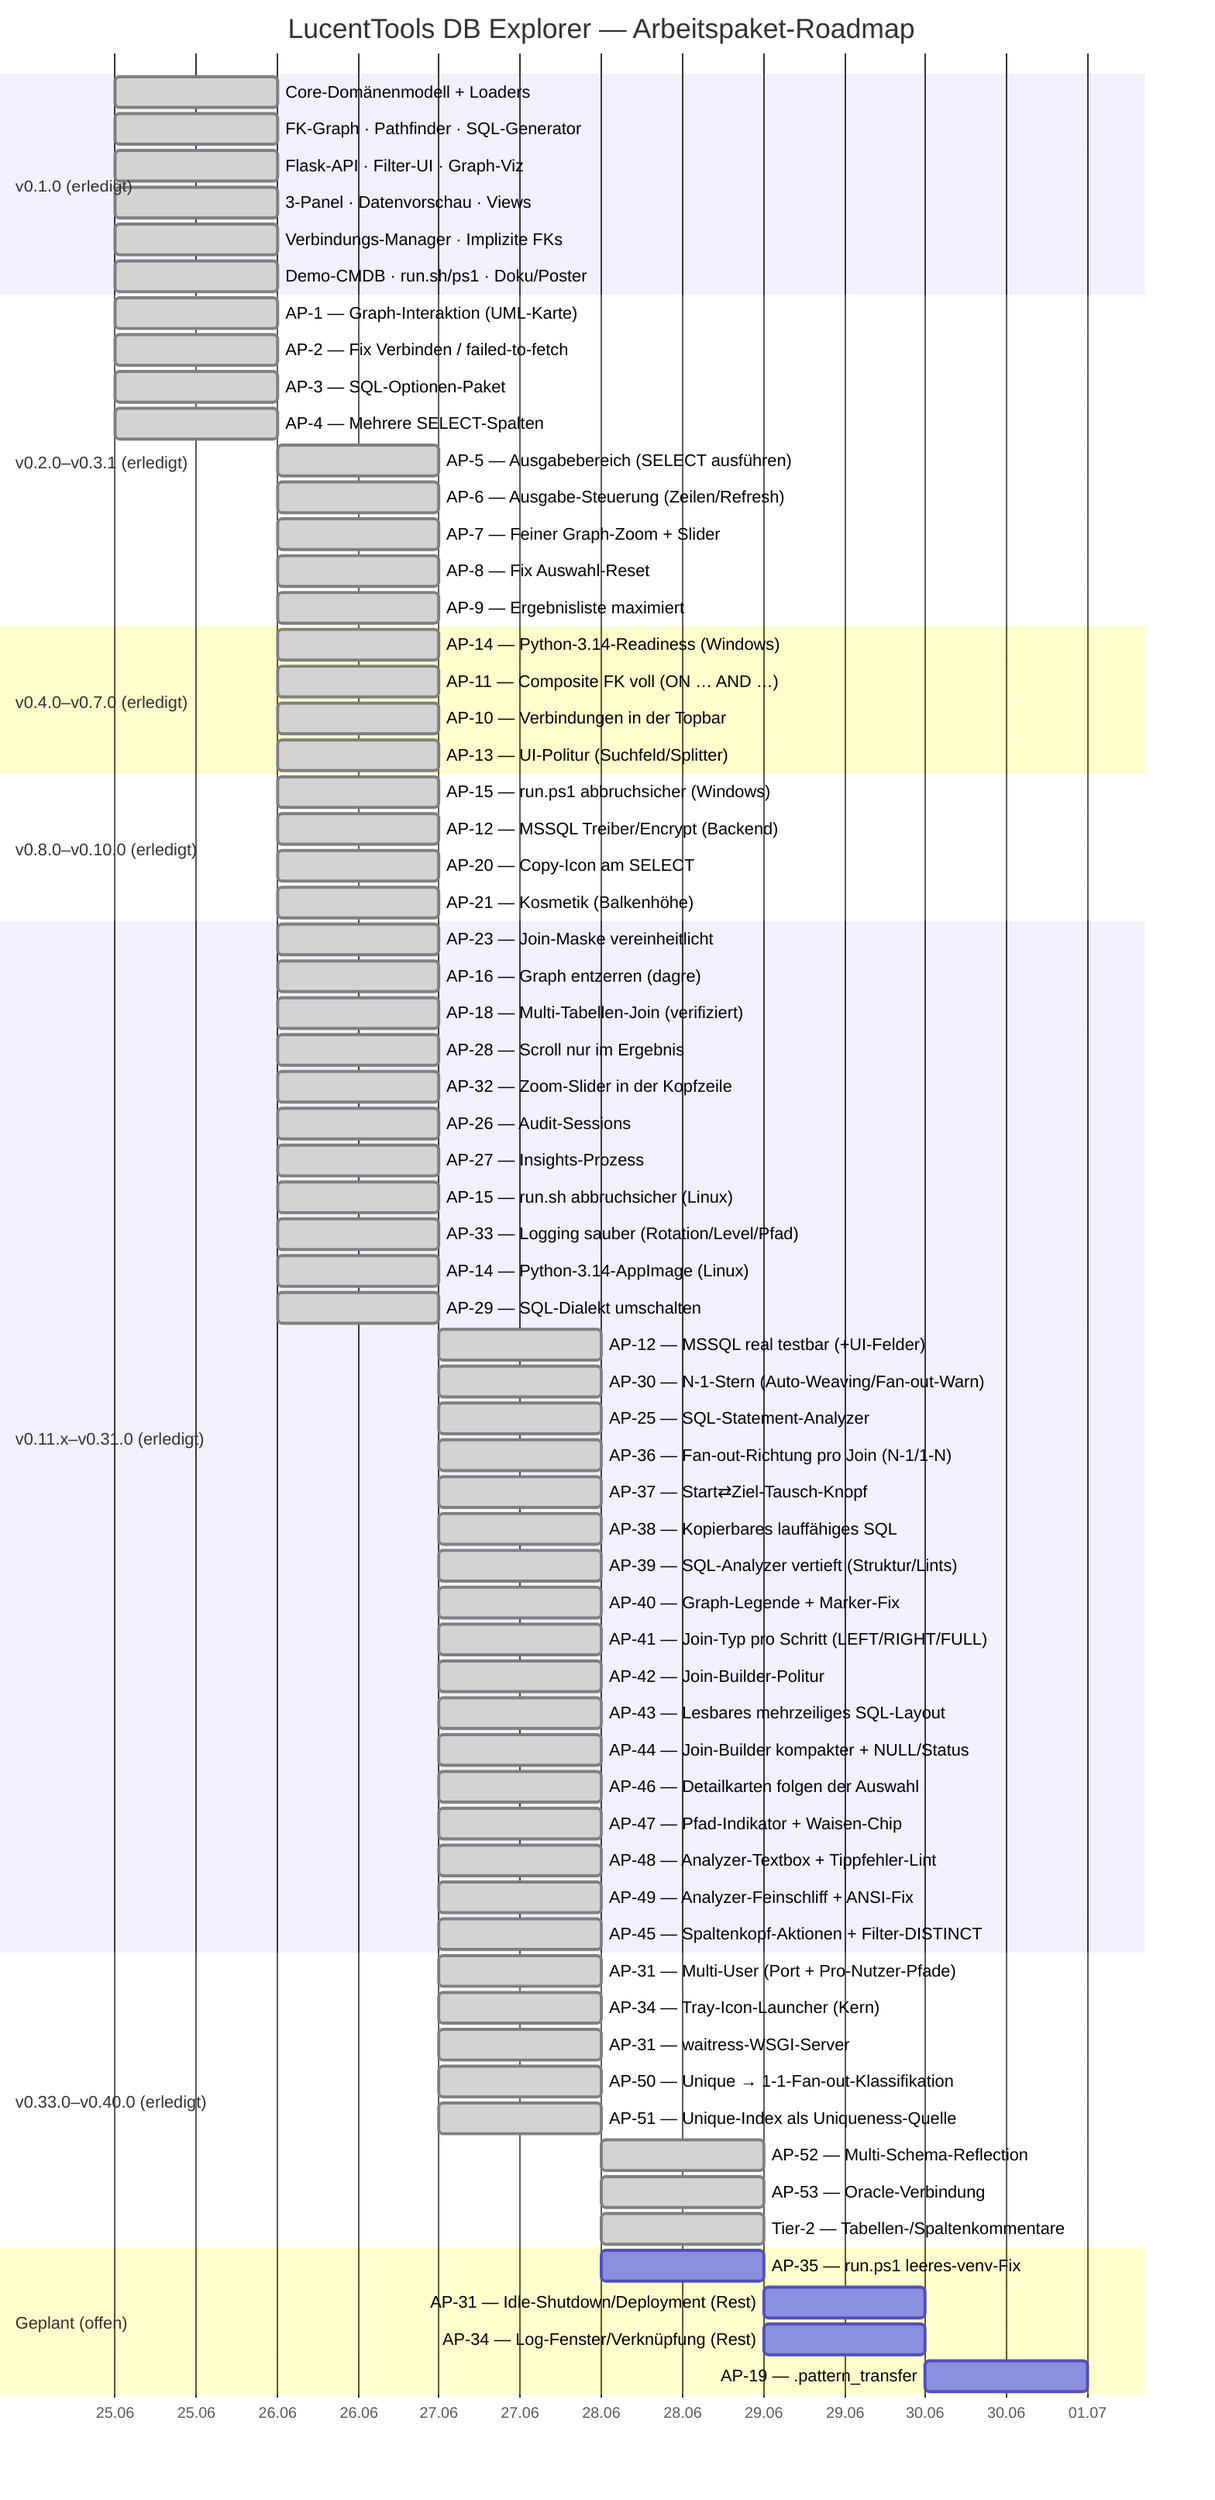
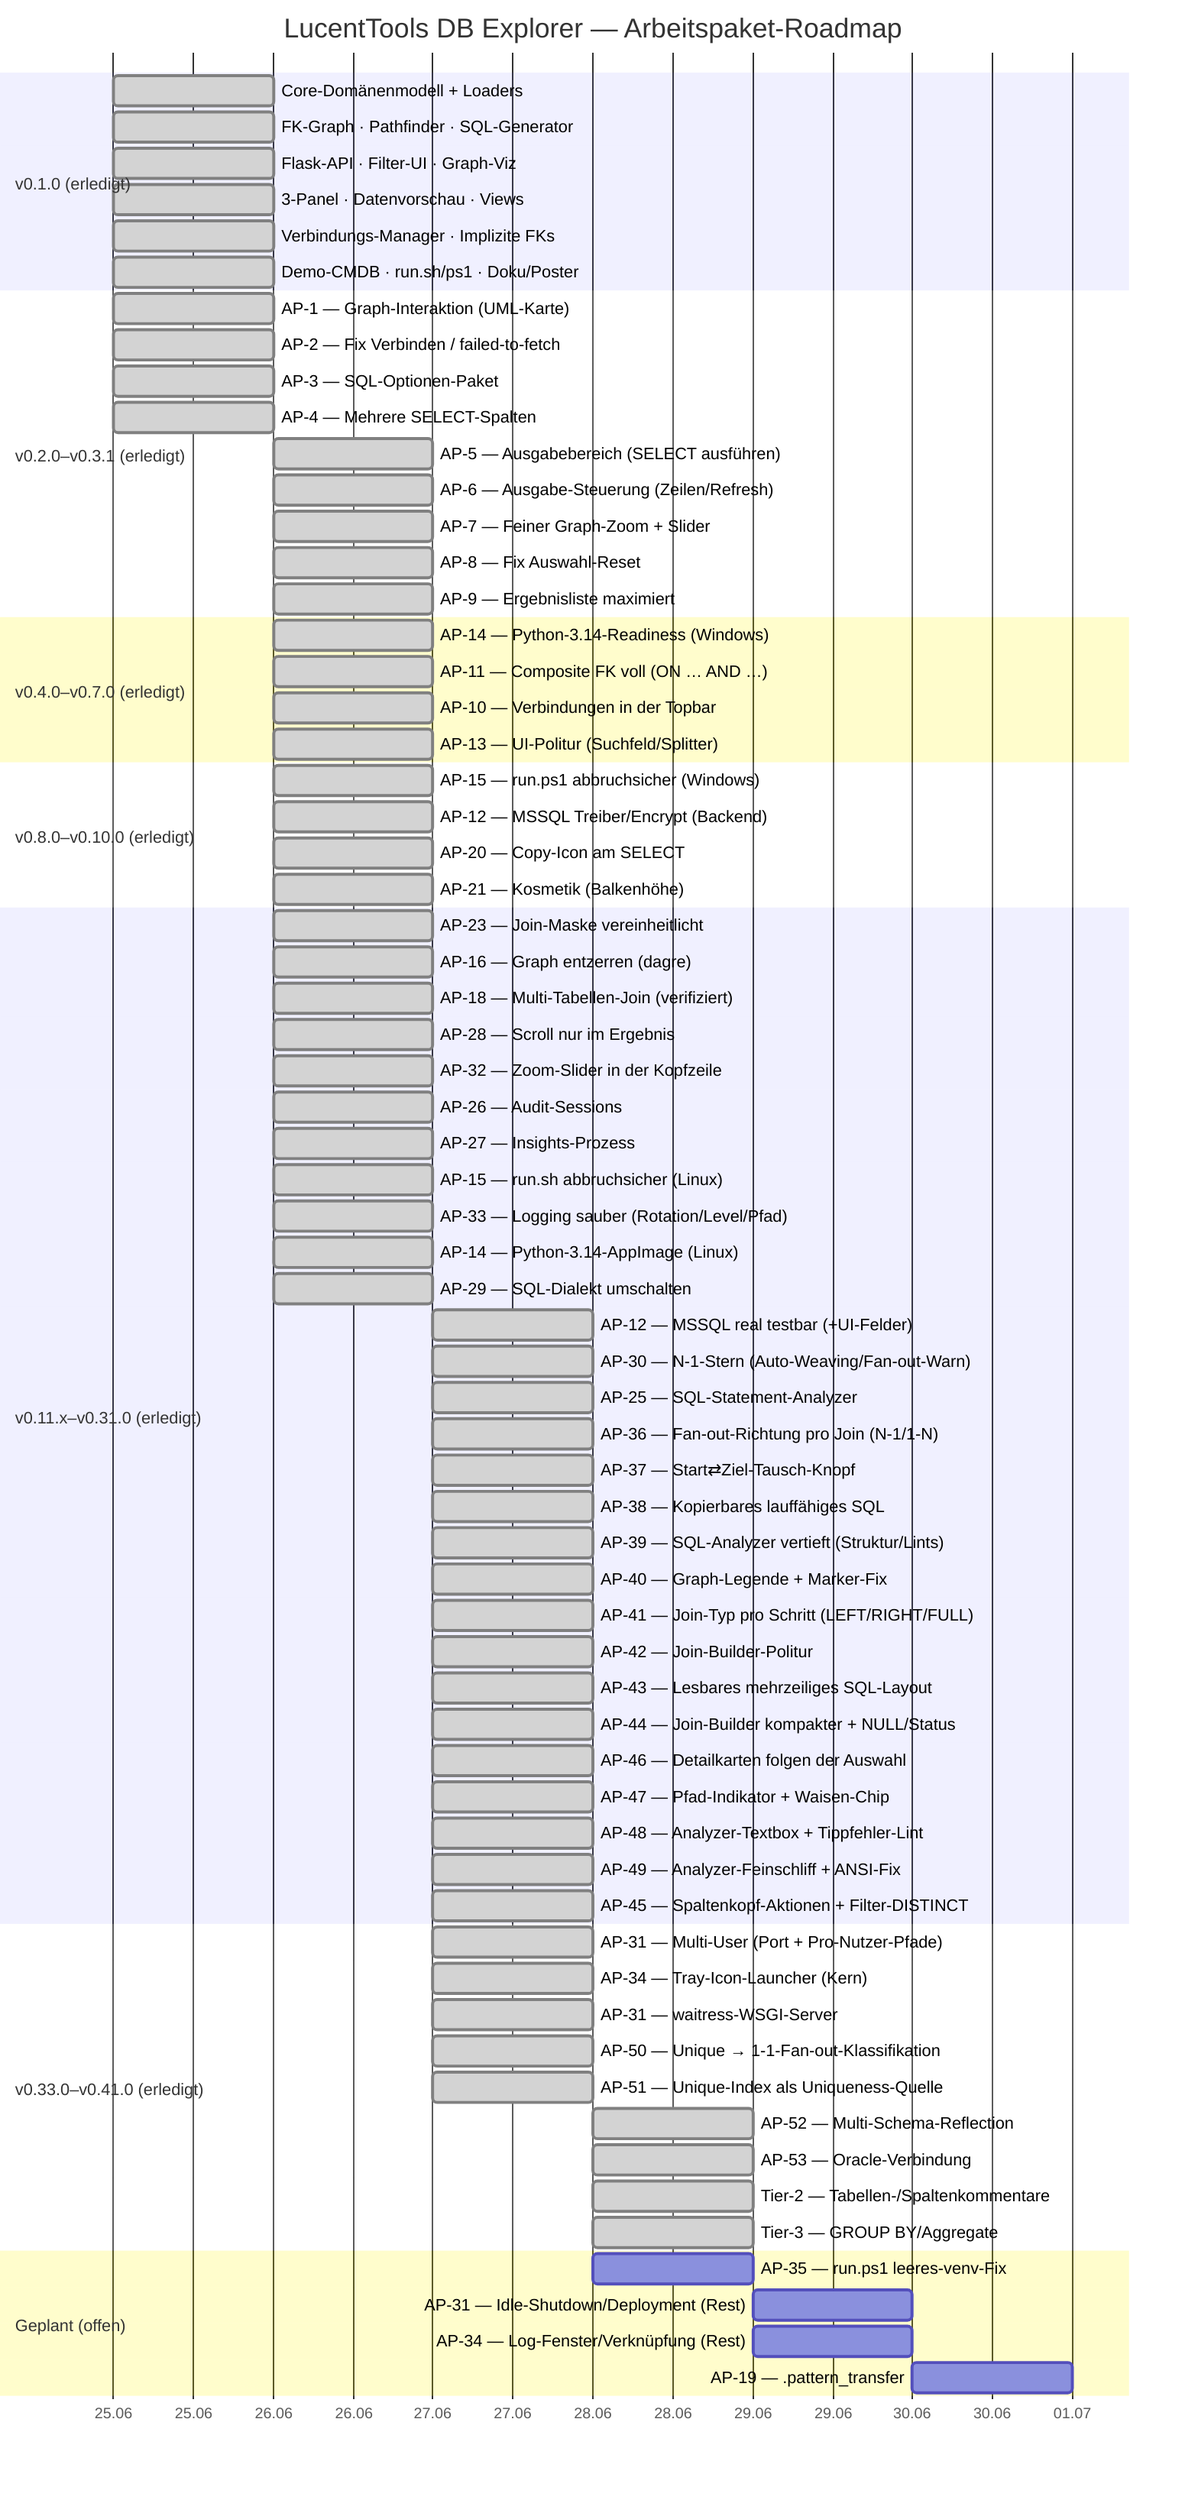
gantt
    title LucentTools DB Explorer — Arbeitspaket-Roadmap
    dateFormat  YYYY-MM-DD
    axisFormat  %d.%m

    section v0.1.0 (erledigt)
    Core-Domänenmodell + Loaders          :done, d1, 2026-06-25, 1d
    FK-Graph · Pathfinder · SQL-Generator :done, d2, 2026-06-25, 1d
    Flask-API · Filter-UI · Graph-Viz     :done, d3, 2026-06-25, 1d
    3-Panel · Datenvorschau · Views       :done, d4, 2026-06-25, 1d
    Verbindungs-Manager · Implizite FKs   :done, d5, 2026-06-25, 1d
    Demo-CMDB · run.sh/ps1 · Doku/Poster  :done, d6, 2026-06-25, 1d

    section v0.2.0–v0.3.1 (erledigt)
    AP-1 — Graph-Interaktion (UML-Karte)        :done, a1, 2026-06-25, 1d
    AP-2 — Fix Verbinden / failed-to-fetch      :done, a2, 2026-06-25, 1d
    AP-3 — SQL-Optionen-Paket                   :done, a3, 2026-06-25, 1d
    AP-4 — Mehrere SELECT-Spalten               :done, a4, 2026-06-25, 1d
    AP-5 — Ausgabebereich (SELECT ausführen)    :done, a5, 2026-06-26, 1d
    AP-6 — Ausgabe-Steuerung (Zeilen/Refresh)   :done, a6, 2026-06-26, 1d
    AP-7 — Feiner Graph-Zoom + Slider           :done, a7, 2026-06-26, 1d
    AP-8 — Fix Auswahl-Reset                    :done, a8, 2026-06-26, 1d
    AP-9 — Ergebnisliste maximiert              :done, a9, 2026-06-26, 1d

    section v0.4.0–v0.7.0 (erledigt)
    AP-14 — Python-3.14-Readiness (Windows)     :done, b1, 2026-06-26, 1d
    AP-11 — Composite FK voll (ON … AND …)      :done, b2, 2026-06-26, 1d
    AP-10 — Verbindungen in der Topbar          :done, b3, 2026-06-26, 1d
    AP-13 — UI-Politur (Suchfeld/Splitter)      :done, b4, 2026-06-26, 1d

    section v0.8.0–v0.10.0 (erledigt)
    AP-15 — run.ps1 abbruchsicher (Windows)     :done, c1, 2026-06-26, 1d
    AP-12 — MSSQL Treiber/Encrypt (Backend)     :done, c2, 2026-06-26, 1d
    AP-20 — Copy-Icon am SELECT                 :done, c3, 2026-06-26, 1d
    AP-21 — Kosmetik (Balkenhöhe)               :done, c4, 2026-06-26, 1d

    section v0.11.x–v0.31.0 (erledigt)
    AP-23 — Join-Maske vereinheitlicht          :done, e1, 2026-06-26, 1d
    AP-16 — Graph entzerren (dagre)             :done, e2, 2026-06-26, 1d
    AP-18 — Multi-Tabellen-Join (verifiziert)   :done, e3, 2026-06-26, 1d
    AP-28 — Scroll nur im Ergebnis              :done, e4, 2026-06-26, 1d
    AP-32 — Zoom-Slider in der Kopfzeile        :done, e5, 2026-06-26, 1d
    AP-26 — Audit-Sessions                      :done, e6, 2026-06-26, 1d
    AP-27 — Insights-Prozess                    :done, e7, 2026-06-26, 1d
    AP-15 — run.sh abbruchsicher (Linux)        :done, e8, 2026-06-26, 1d
    AP-33 — Logging sauber (Rotation/Level/Pfad) :done, e9, 2026-06-26, 1d
    AP-14 — Python-3.14-AppImage (Linux)         :done, e10, 2026-06-26, 1d
    AP-29 — SQL-Dialekt umschalten               :done, e11, 2026-06-26, 1d
    AP-12 — MSSQL real testbar (+UI-Felder)      :done, e12, 2026-06-27, 1d
    AP-30 — N-1-Stern (Auto-Weaving/Fan-out-Warn) :done, e13, 2026-06-27, 1d
    AP-25 — SQL-Statement-Analyzer               :done, e14, 2026-06-27, 1d
    AP-36 — Fan-out-Richtung pro Join (N-1/1-N)  :done, e15, 2026-06-27, 1d
    AP-37 — Start⇄Ziel-Tausch-Knopf              :done, e16, 2026-06-27, 1d
    AP-38 — Kopierbares lauffähiges SQL          :done, e17, 2026-06-27, 1d
    AP-39 — SQL-Analyzer vertieft (Struktur/Lints) :done, e18, 2026-06-27, 1d
    AP-40 — Graph-Legende + Marker-Fix           :done, e19, 2026-06-27, 1d
    AP-41 — Join-Typ pro Schritt (LEFT/RIGHT/FULL) :done, e20, 2026-06-27, 1d
    AP-42 — Join-Builder-Politur                 :done, e21, 2026-06-27, 1d
    AP-43 — Lesbares mehrzeiliges SQL-Layout      :done, e22, 2026-06-27, 1d
    AP-44 — Join-Builder kompakter + NULL/Status :done, e23, 2026-06-27, 1d
    AP-46 — Detailkarten folgen der Auswahl       :done, e24, 2026-06-27, 1d
    AP-47 — Pfad-Indikator + Waisen-Chip         :done, e25, 2026-06-27, 1d
    AP-48 — Analyzer-Textbox + Tippfehler-Lint   :done, e26, 2026-06-27, 1d
    AP-49 — Analyzer-Feinschliff + ANSI-Fix       :done, e27, 2026-06-27, 1d
    AP-45 — Spaltenkopf-Aktionen + Filter-DISTINCT :done, e28, 2026-06-27, 1d

-     section v0.33.0–v0.40.0 (erledigt)
+     section v0.33.0–v0.41.0 (erledigt)
    AP-31 — Multi-User (Port + Pro-Nutzer-Pfade) :done, f1, 2026-06-27, 1d
    AP-34 — Tray-Icon-Launcher (Kern)            :done, f2, 2026-06-27, 1d
    AP-31 — waitress-WSGI-Server                 :done, f3, 2026-06-27, 1d
    AP-50 — Unique → 1-1-Fan-out-Klassifikation  :done, f4, 2026-06-27, 1d
    AP-51 — Unique-Index als Uniqueness-Quelle   :done, f5, 2026-06-27, 1d
    AP-52 — Multi-Schema-Reflection              :done, f6, 2026-06-28, 1d
    AP-53 — Oracle-Verbindung                    :done, f7, 2026-06-28, 1d
    Tier-2 — Tabellen-/Spaltenkommentare         :done, f8, 2026-06-28, 1d
+     Tier-3 — GROUP BY/Aggregate                  :done, f9, 2026-06-28, 1d

    section Geplant (offen)
    AP-35 — run.ps1 leeres-venv-Fix             :p3, 2026-06-28, 1d
    AP-31 — Idle-Shutdown/Deployment (Rest)     :p5, 2026-06-29, 1d
    AP-34 — Log-Fenster/Verknüpfung (Rest)      :p6, 2026-06-29, 1d
    AP-19 — .pattern_transfer                   :p11, 2026-06-30, 1d
